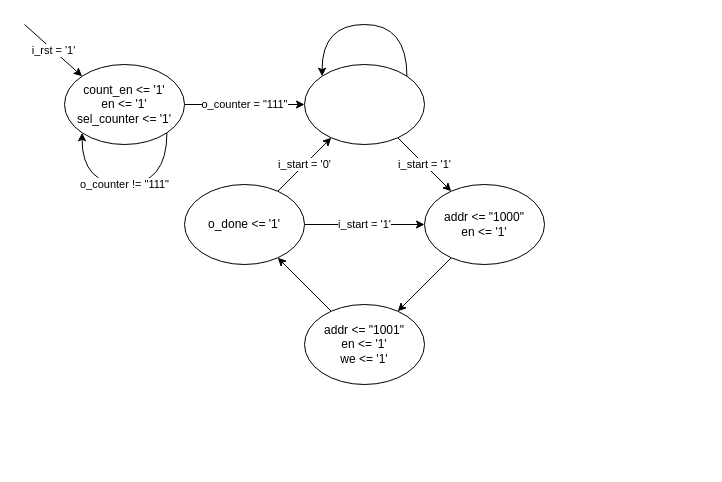
Before: page "Page-2" (2 of 2) of schema.drawio in imDema/progetto_reti_logiche, a draw.io diagram. Source tidied: cells renumbered, new cells numbered last; positions are measured from the earlier drawing's top-left corner, leaving out a move shared by most shapes. Both pictures are drawn from the tidied source at 100%, with x=0, y=0 at pixel (24, 24).
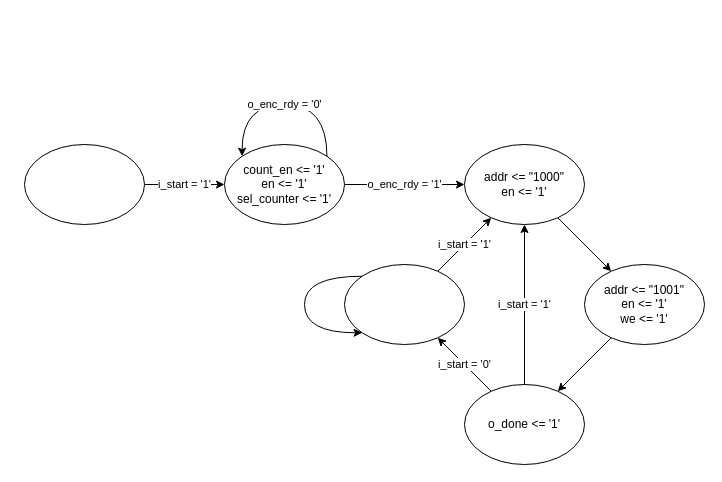
The same diagram, later.

Diff of the diagram source:
```diff
@@
-    <mxCell id="2" value="o_counter = &quot;111&quot;" style="edgeStyle=orthogonalEdgeStyle;rounded=0;jettySize=auto;html=1;" parent="1" edge="1" source="3" target="5">
+    <mxCell id="2" value="o_enc_rdy = '1'" style="rounded=0;jettySize=auto;html=1;" parent="1" edge="1" source="3" target="10">
       <mxGeometry relative="1" as="geometry" />
     </mxCell>
     <mxCell id="3" value="count_en &amp;lt;= '1'&lt;br&gt;en &amp;lt;= '1'&lt;br&gt;sel_counter &amp;lt;= '1'" style="ellipse;whiteSpace=wrap;html=1;" parent="1" vertex="1">
-      <mxGeometry x="40" y="40" width="120" height="80" as="geometry" />
+      <mxGeometry x="200" y="120" width="120" height="80" as="geometry" />
     </mxCell>
@@
     <mxCell id="5" style="ellipse;whiteSpace=wrap;html=1;" parent="1" vertex="1">
-      <mxGeometry x="280" y="40" width="120" height="80" as="geometry" />
+      <mxGeometry x="320" y="240" width="120" height="80" as="geometry" />
     </mxCell>
-    <mxCell id="6" value="i_rst = '1'" style="endArrow=classic;html=1;entryX=0;entryY=0;entryDx=0;entryDy=0;" parent="1" edge="1" target="3">
-      <mxGeometry relative="1" as="geometry">
-        <mxPoint as="sourcePoint" />
-      </mxGeometry>
+    <mxCell id="6" value="i_start = '1'" style="endArrow=classic;html=1;" parent="1" edge="1" source="16" target="3">
+      <mxGeometry relative="1" as="geometry" />
     </mxCell>
-    <mxCell id="7" style="orthogonalLoop=1;jettySize=auto;html=1;exitX=1;exitY=0;exitDx=0;exitDy=0;entryX=0;entryY=0;entryDx=0;entryDy=0;edgeStyle=elbowEdgeStyle;elbow=vertical;curved=1;" parent="1" edge="1" source="5" target="5">
+    <mxCell id="7" style="orthogonalLoop=1;jettySize=auto;html=1;exitX=0;exitY=0;exitDx=0;exitDy=0;edgeStyle=elbowEdgeStyle;elbow=vertical;curved=1;entryX=0;entryY=1;entryDx=0;entryDy=0;" parent="1" edge="1" source="5" target="5">
       <mxGeometry relative="1" as="geometry">
         <Array as="points">
-          <mxPoint x="380" />
+          <mxPoint x="280" y="280" />
+          <mxPoint x="390" y="200" />
+          <mxPoint x="540" y="80" />
         </Array>
       </mxGeometry>
     </mxCell>
-    <mxCell id="8" value="o_counter != &quot;111&quot;" style="edgeStyle=elbowEdgeStyle;curved=1;orthogonalLoop=1;jettySize=auto;elbow=vertical;html=1;exitX=1;exitY=1;exitDx=0;exitDy=0;entryX=0;entryY=1;entryDx=0;entryDy=0;" parent="1" edge="1" source="3" target="3">
+    <mxCell id="8" value="o_enc_rdy = '0'" style="edgeStyle=elbowEdgeStyle;curved=1;orthogonalLoop=1;jettySize=auto;elbow=vertical;html=1;exitX=1;exitY=0;exitDx=0;exitDy=0;entryX=0;entryY=0;entryDx=0;entryDy=0;" parent="1" edge="1" source="3" target="3">
       <mxGeometry relative="1" as="geometry">
         <Array as="points">
-          <mxPoint x="100" y="160" />
+          <mxPoint x="270" y="80" />
         </Array>
       </mxGeometry>
     </mxCell>
@@
     <mxCell id="10" value="addr &amp;lt;= &quot;1000&quot;&lt;br&gt;en &amp;lt;= '1'" style="ellipse;whiteSpace=wrap;html=1;rounded=1;" parent="1" vertex="1">
-      <mxGeometry x="400" y="160" width="120" height="80" as="geometry" />
+      <mxGeometry x="440" y="120" width="120" height="80" as="geometry" />
     </mxCell>
@@
     <mxCell id="12" value="addr &amp;lt;= &quot;1001&quot;&lt;br&gt;en &amp;lt;= '1'&lt;br&gt;we &amp;lt;= '1'" style="ellipse;whiteSpace=wrap;html=1;rounded=1;" parent="1" vertex="1">
-      <mxGeometry x="280" y="280" width="120" height="80" as="geometry" />
+      <mxGeometry x="560" y="240" width="120" height="80" as="geometry" />
     </mxCell>
@@
     <mxCell id="15" value="o_done &amp;lt;= '1'" style="ellipse;whiteSpace=wrap;html=1;rounded=1;" parent="1" vertex="1">
-      <mxGeometry x="160" y="160" width="120" height="80" as="geometry" />
+      <mxGeometry x="440" y="360" width="120" height="80" as="geometry" />
     </mxCell>
+    <mxCell id="16" style="ellipse;whiteSpace=wrap;html=1;" parent="1" vertex="1">
+      <mxGeometry y="120" width="120" height="80" as="geometry" />
+    </mxCell>
```
